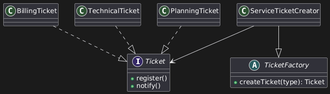
The PlantUML diagram img/factory_method.png in DilanUni/design-patterns-Ing, before a commit. Source of this version:
```plantuml
@startuml
interface Ticket {
    +register()
    +notify()
}

class BillingTicket
class TechnicalTicket
class PlanningTicket

abstract class TicketFactory {
    +createTicket(type): Ticket
}

class ServiceTicketCreator

BillingTicket ..|> Ticket
TechnicalTicket ..|> Ticket
PlanningTicket ..|> Ticket

ServiceTicketCreator --|> TicketFactory
ServiceTicketCreator --> Ticket
@enduml
```
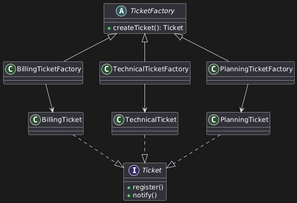
The same file after the commit.

Change to the diagram source:
```diff
@@ -9,15 +9,22 @@
 class PlanningTicket
 
 abstract class TicketFactory {
-    +createTicket(type): Ticket
+    +createTicket(): Ticket
 }
 
-class ServiceTicketCreator
+class BillingTicketFactory
+class TechnicalTicketFactory
+class PlanningTicketFactory
 
 BillingTicket ..|> Ticket
 TechnicalTicket ..|> Ticket
 PlanningTicket ..|> Ticket
 
-ServiceTicketCreator --|> TicketFactory
-ServiceTicketCreator --> Ticket
+TicketFactory <|-- BillingTicketFactory
+TicketFactory <|-- TechnicalTicketFactory
+TicketFactory <|-- PlanningTicketFactory
+
+BillingTicketFactory --> BillingTicket
+TechnicalTicketFactory --> TechnicalTicket
+PlanningTicketFactory --> PlanningTicket
 @enduml
```
